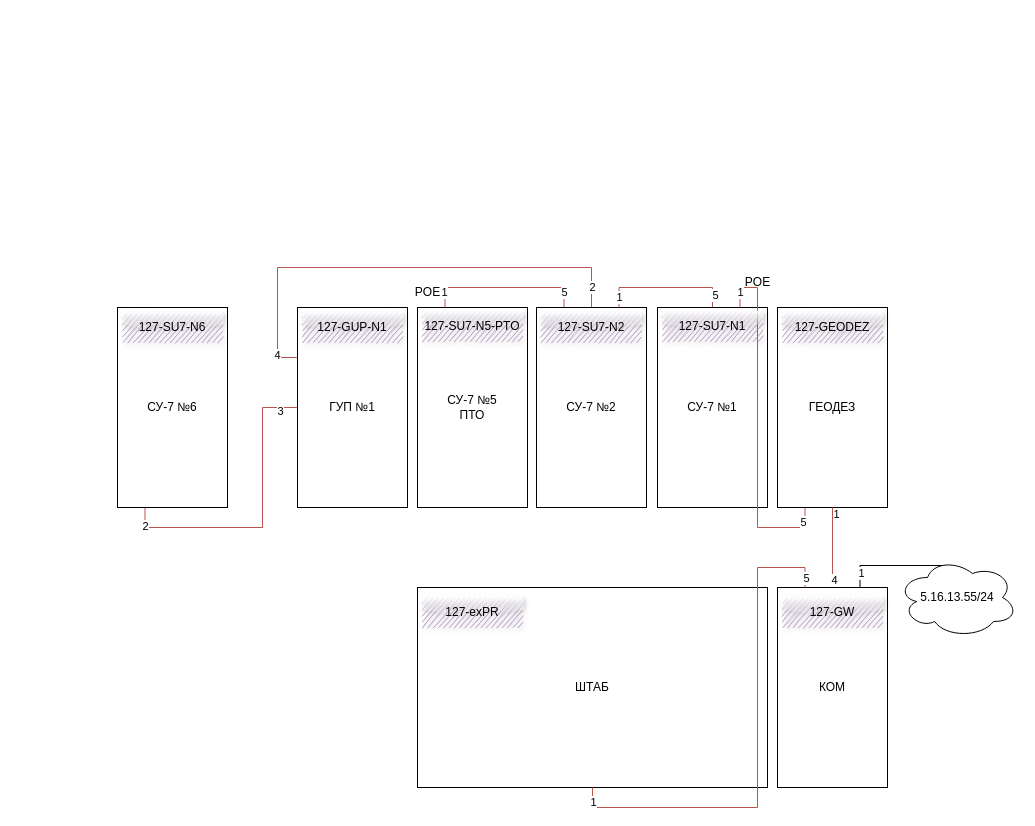
Above: K66.drawio in geoizol/ni (draw.io), before the change. Source tidied: cells renumbered, new cells numbered last; positions are measured from the earlier drawing's top-left corner, leaving out a move shared by most shapes. Both pictures are drawn from the tidied source at 100%, with x=0, y=0 at pixel (117, 267).
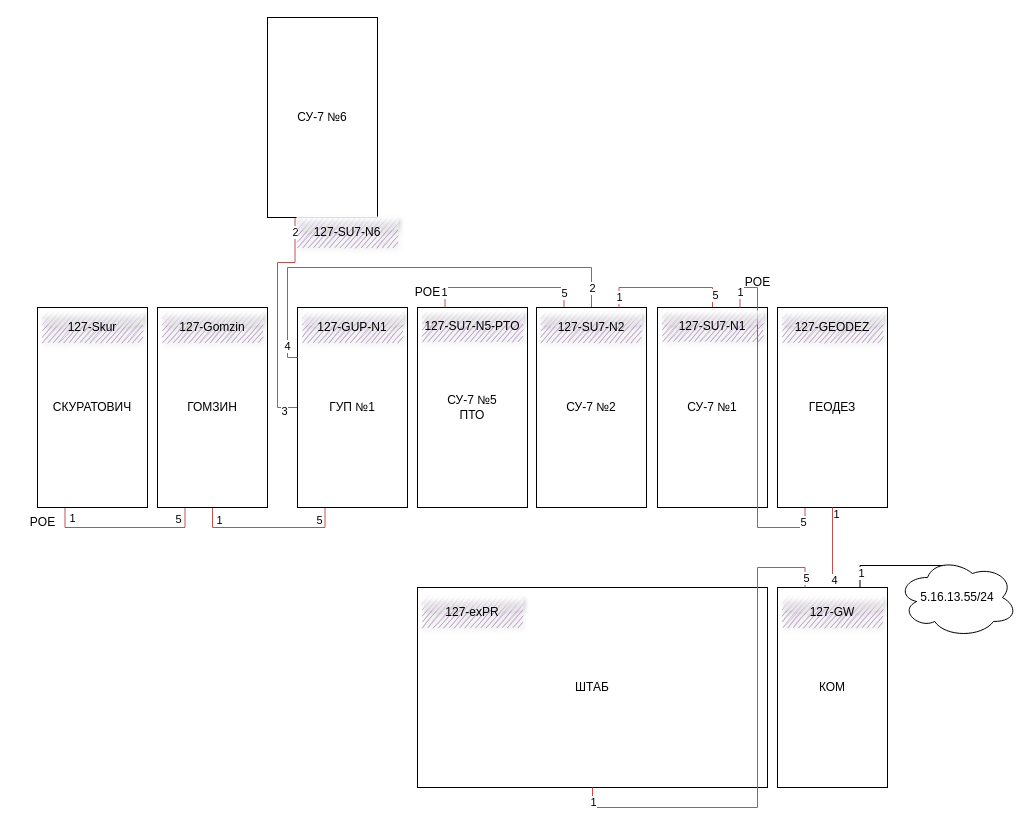
The same diagram, later.

Commit message (it also covers changes not shown here):
добавлено 2 вагона 19/10/2022

The change refers to these unchanged cells:
```xml
<mxCell id="5" value="ГУП №1" style="rounded=0;whiteSpace=wrap;html=1;" parent="1" vertex="1">
  <mxGeometry x="180" y="40" width="110" height="200" as="geometry" />
</mxCell>
<mxCell id="13" value="СУ-7 №2" style="rounded=0;whiteSpace=wrap;html=1;" parent="1" vertex="1">
  <mxGeometry x="419" y="40" width="110" height="200" as="geometry" />
</mxCell>
```

Change to the diagram source:
```diff
@@
+    <mxCell id="44" style="edgeStyle=orthogonalEdgeStyle;rounded=0;jettySize=auto;html=1;exitX=0.25;exitY=1;exitDx=0;exitDy=0;entryX=0.5;entryY=1;entryDx=0;entryDy=0;endArrow=none;endFill=0;fillColor=#f8cecc;strokeColor=#b85450;" parent="1" edge="1" source="5" target="50">
+      <mxGeometry relative="1" as="geometry" />
+    </mxCell>
+    <mxCell id="45" value="5" style="edgeLabel;html=1;align=center;verticalAlign=middle;" parent="44" vertex="1">
+      <mxGeometry x="-0.66" y="-1" relative="1" as="geometry">
+        <mxPoint y="-7" as="offset" />
+      </mxGeometry>
+    </mxCell>
+    <mxCell id="46" value="1" style="edgeLabel;html=1;align=center;verticalAlign=middle;" parent="44" vertex="1">
+      <mxGeometry x="0.79" relative="1" as="geometry">
+        <mxPoint x="6" y="-4" as="offset" />
+      </mxGeometry>
+    </mxCell>
@@
     <mxCell id="10" style="edgeStyle=orthogonalEdgeStyle;rounded=0;jettySize=auto;html=1;exitX=0.5;exitY=0;exitDx=0;exitDy=0;entryX=0;entryY=0.25;entryDx=0;entryDy=0;endArrow=none;endFill=0;fillColor=#f8cecc;strokeColor=#b85450;" parent="1" edge="1" source="13" target="5">
       <mxGeometry relative="1" as="geometry">
         <Array as="points">
           <mxPoint x="474" />
-          <mxPoint x="160" />
-          <mxPoint x="160" y="90" />
+          <mxPoint x="170" />
+          <mxPoint x="170" y="90" />
         </Array>
       </mxGeometry>
     </mxCell>
@@
     <mxCell id="22" value="СУ-7 №6" style="rounded=0;whiteSpace=wrap;html=1;" parent="1" vertex="1">
-      <mxGeometry y="40" width="110" height="200" as="geometry" />
+      <mxGeometry x="150" y="-250" width="110" height="200" as="geometry" />
     </mxCell>
@@
     <mxCell id="40" value="127-SU7-N6" style="text;html=1;strokeColor=none;fillColor=#A680B8;align=center;verticalAlign=middle;whiteSpace=wrap;rounded=0;fillStyle=auto;shadow=1;glass=1;sketch=1;" parent="1" vertex="1">
-      <mxGeometry x="5" y="45" width="100" height="30" as="geometry" />
+      <mxGeometry x="180" y="-50" width="100" height="30" as="geometry" />
     </mxCell>
@@
+    <mxCell id="47" style="edgeStyle=orthogonalEdgeStyle;rounded=0;jettySize=auto;html=1;exitX=0.25;exitY=1;exitDx=0;exitDy=0;entryX=0.25;entryY=1;entryDx=0;entryDy=0;endArrow=none;endFill=0;fillColor=#f8cecc;strokeColor=#b85450;" parent="1" edge="1" source="50" target="52">
+      <mxGeometry relative="1" as="geometry" />
+    </mxCell>
+    <mxCell id="48" value="5" style="edgeLabel;html=1;align=center;verticalAlign=middle;" parent="47" vertex="1">
+      <mxGeometry x="-0.8" y="-1" relative="1" as="geometry">
+        <mxPoint x="-6" y="-5" as="offset" />
+      </mxGeometry>
+    </mxCell>
+    <mxCell id="49" value="1" style="edgeLabel;html=1;align=center;verticalAlign=middle;" parent="47" vertex="1">
+      <mxGeometry x="0.82" y="2" relative="1" as="geometry">
+        <mxPoint x="9" y="-4" as="offset" />
+      </mxGeometry>
+    </mxCell>
+    <mxCell id="50" value="ГОМЗИН" style="rounded=0;whiteSpace=wrap;html=1;" parent="1" vertex="1">
+      <mxGeometry x="40" y="40" width="110" height="200" as="geometry" />
+    </mxCell>
+    <mxCell id="51" value="127-Gomzin" style="text;html=1;strokeColor=none;fillColor=#A680B8;align=center;verticalAlign=middle;whiteSpace=wrap;rounded=0;fillStyle=auto;shadow=1;glass=1;sketch=1;" parent="1" vertex="1">
+      <mxGeometry x="45" y="45" width="100" height="30" as="geometry" />
+    </mxCell>
+    <mxCell id="52" value="СКУРАТОВИЧ" style="rounded=0;whiteSpace=wrap;html=1;" parent="1" vertex="1">
+      <mxGeometry x="-80" y="40" width="110" height="200" as="geometry" />
+    </mxCell>
+    <mxCell id="53" value="127-Skur" style="text;html=1;strokeColor=none;fillColor=#A680B8;align=center;verticalAlign=middle;whiteSpace=wrap;rounded=0;fillStyle=auto;shadow=1;glass=1;sketch=1;" parent="1" vertex="1">
+      <mxGeometry x="-75" y="45" width="100" height="30" as="geometry" />
+    </mxCell>
+    <mxCell id="54" value="POE" style="text;html=1;align=center;verticalAlign=middle;strokeColor=none;fillColor=none;" parent="1" vertex="1">
+      <mxGeometry x="-100" y="240" width="50" height="30" as="geometry" />
+    </mxCell>
```
